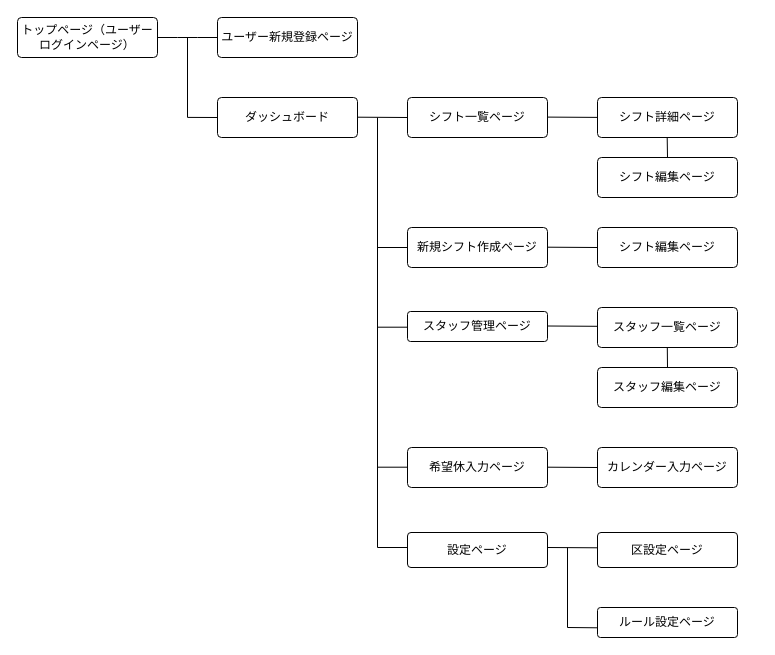
Yotsu001/shift-generator keeps this draw.io diagram as 画面遷移図.dio. Above is the earlier version. Source tidied: cells renumbered, new cells numbered last; positions are measured from the earlier drawing's top-left corner, leaving out a move shared by most shapes. Both pictures are drawn from the tidied source at 100%, with x=0, y=0 at pixel (17, 17).
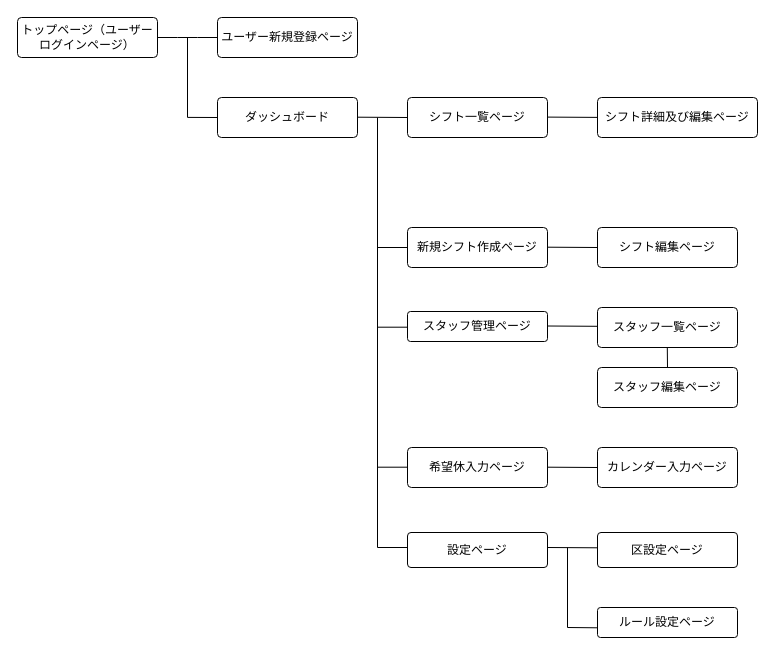
The same page after the edit.

Commit message:
画面遷移図の更新

What changed in the source:
```diff
@@
-    <mxCell id="8" value="シフト詳細ページ" style="rounded=1;arcSize=10;whiteSpace=wrap;html=1;align=center;" parent="1" vertex="1">
-      <mxGeometry x="580" y="80" width="140" height="40" as="geometry" />
+    <mxCell id="8" value="シフト詳細及び編集ページ" style="rounded=1;arcSize=10;whiteSpace=wrap;html=1;align=center;" parent="1" vertex="1">
+      <mxGeometry x="580" y="80" width="160" height="40" as="geometry" />
     </mxCell>
-    <mxCell id="9" value="シフト編集ページ" style="rounded=1;arcSize=10;whiteSpace=wrap;html=1;align=center;" parent="1" vertex="1">
-      <mxGeometry x="580" y="140" width="140" height="40" as="geometry" />
-    </mxCell>
@@
-    <mxCell id="23" style="edgeStyle=none;html=1;exitX=0.5;exitY=0;exitDx=0;exitDy=0;endArrow=none;endFill=0;" parent="1" edge="1" source="9">
-      <mxGeometry relative="1" as="geometry">
-        <mxPoint x="649.7" y="120" as="targetPoint" />
-      </mxGeometry>
-    </mxCell>
```
